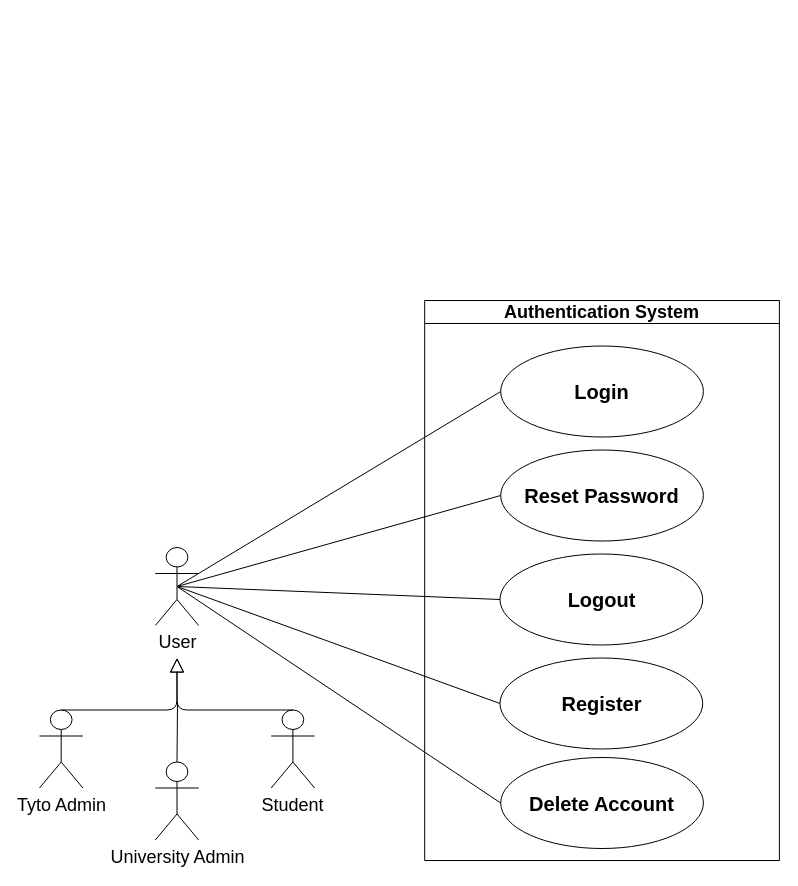
COS301-SE-2026/UMTAS keeps this draw.io diagram as page "Authentication System" (1 of 8) of docs/diagrams/requirements/Requirements.drawio. Above is the earlier version. Source tidied: cells renumbered, new cells numbered last; positions are measured from the earlier drawing's top-left corner, leaving out a move shared by most shapes. Both pictures are drawn from the tidied source at 100%, with x=0, y=0 at pixel (29, 300).
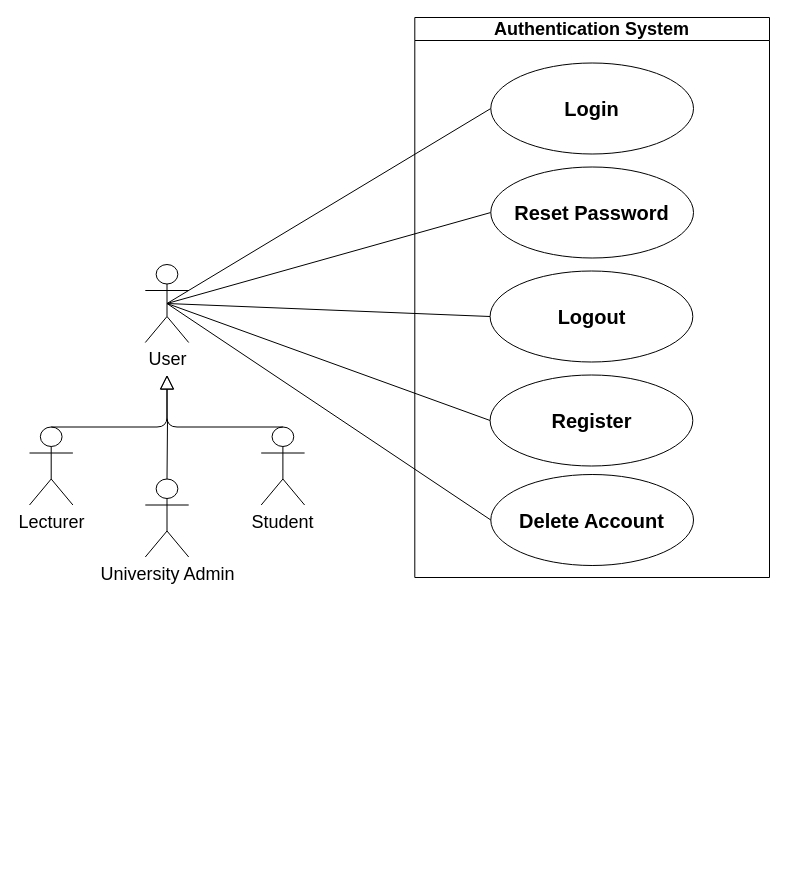
Above is the later version.

Diff of the diagram source:
```diff
@@
-    <mxCell id="2" style="group;" parent="1" vertex="1">
-      <mxGeometry width="750" height="560" as="geometry" />
-    </mxCell>
-    <mxCell id="3" style="group;" parent="2" vertex="1">
-      <mxGeometry width="750" height="560" as="geometry" />
-    </mxCell>
-    <mxCell id="4" style="group;" parent="3" vertex="1">
-      <mxGeometry x="10" y="247" width="275.1" height="292.5" as="geometry" />
-    </mxCell>
+    <mxCell id="25" style="group;" parent="1" vertex="1">
+      <mxGeometry y="-283" width="740" height="560" as="geometry" />
+    </mxCell>
+    <mxCell id="24" style="endArrow=none;html=1;exitX=0.5;exitY=0;exitDx=0;exitDy=0;exitPerimeter=0;" parent="25" edge="1" source="8">
+      <mxGeometry relative="1" as="geometry">
+        <mxPoint x="138" y="402.1" as="targetPoint" />
+      </mxGeometry>
+    </mxCell>
+    <mxCell id="19" style="endArrow=none;html=1;exitX=0.5;exitY=0.5;exitDx=0;exitDy=0;exitPerimeter=0;entryX=0;entryY=0.5;entryDx=0;entryDy=0;" parent="25" edge="1" source="5" target="14">
+      <mxGeometry relative="1" as="geometry" />
+    </mxCell>
+    <mxCell id="20" style="endArrow=none;html=1;exitX=0.5;exitY=0.5;exitDx=0;exitDy=0;exitPerimeter=0;entryX=0;entryY=0.5;entryDx=0;entryDy=0;" parent="25" edge="1" source="5" target="15">
+      <mxGeometry relative="1" as="geometry" />
+    </mxCell>
+    <mxCell id="21" style="endArrow=none;html=1;entryX=0.5;entryY=0.5;entryDx=0;entryDy=0;entryPerimeter=0;exitX=0;exitY=0.5;exitDx=0;exitDy=0;" parent="25" edge="1" source="16" target="5">
+      <mxGeometry relative="1" as="geometry" />
+    </mxCell>
+    <mxCell id="22" style="endArrow=none;html=1;exitX=0.5;exitY=0.5;exitDx=0;exitDy=0;exitPerimeter=0;entryX=0;entryY=0.5;entryDx=0;entryDy=0;" parent="25" edge="1" source="5" target="17">
+      <mxGeometry relative="1" as="geometry" />
+    </mxCell>
+    <mxCell id="23" style="endArrow=none;html=1;exitX=0.5;exitY=0.5;exitDx=0;exitDy=0;exitPerimeter=0;entryX=0;entryY=0.5;entryDx=0;entryDy=0;" parent="25" edge="1" source="5" target="18">
+      <mxGeometry relative="1" as="geometry" />
+    </mxCell>
-    <mxCell id="5" value="&lt;font style=&quot;font-size: 18px;&quot;&gt;User&lt;/font&gt;" style="shape=umlActor;verticalLabelPosition=bottom;verticalAlign=top;html=1;outlineConnect=0;" parent="4" vertex="1">
-      <mxGeometry x="115.8" width="43.4" height="78" as="geometry" />
+    <mxCell id="5" value="&lt;font style=&quot;font-size: 18px;&quot;&gt;User&lt;/font&gt;" style="shape=umlActor;verticalLabelPosition=bottom;verticalAlign=top;html=1;outlineConnect=0;" parent="25" vertex="1">
+      <mxGeometry x="115.8" y="247" width="43.4" height="78" as="geometry" />
     </mxCell>
-    <mxCell id="6" style="group;" parent="4" vertex="1">
-      <mxGeometry y="110.5" width="275.1" height="182" as="geometry" />
-    </mxCell>
-    <mxCell id="7" value="&lt;font style=&quot;font-size: 18px;&quot;&gt;Tyto Admin&lt;/font&gt;" style="shape=umlActor;verticalLabelPosition=bottom;verticalAlign=top;html=1;outlineConnect=0;" parent="6" vertex="1">
-      <mxGeometry y="52" width="43.4" height="78" as="geometry" />
+    <mxCell id="7" value="&lt;font style=&quot;font-size: 18px;&quot;&gt;Lecturer&lt;/font&gt;" style="shape=umlActor;verticalLabelPosition=bottom;verticalAlign=top;html=1;outlineConnect=0;" parent="25" vertex="1">
+      <mxGeometry y="409.5" width="43.4" height="78" as="geometry" />
     </mxCell>
-    <mxCell id="8" value="&lt;font style=&quot;font-size: 18px;&quot;&gt;University Admin&lt;/font&gt;" style="shape=umlActor;verticalLabelPosition=bottom;verticalAlign=top;html=1;outlineConnect=0;" parent="6" vertex="1">
-      <mxGeometry x="115.8" y="104" width="43.4" height="78" as="geometry" />
+    <mxCell id="8" value="&lt;font style=&quot;font-size: 18px;&quot;&gt;University Admin&lt;/font&gt;" style="shape=umlActor;verticalLabelPosition=bottom;verticalAlign=top;html=1;outlineConnect=0;" parent="25" vertex="1">
+      <mxGeometry x="115.8" y="461.5" width="43.4" height="78" as="geometry" />
     </mxCell>
-    <mxCell id="9" value="&lt;font style=&quot;font-size: 18px;&quot;&gt;Student&lt;/font&gt;" style="shape=umlActor;verticalLabelPosition=bottom;verticalAlign=top;html=1;outlineConnect=0;" parent="6" vertex="1">
-      <mxGeometry x="231.7" y="52" width="43.4" height="78" as="geometry" />
+    <mxCell id="9" value="&lt;font style=&quot;font-size: 18px;&quot;&gt;Student&lt;/font&gt;" style="shape=umlActor;verticalLabelPosition=bottom;verticalAlign=top;html=1;outlineConnect=0;" parent="25" vertex="1">
+      <mxGeometry x="231.7" y="409.5" width="43.4" height="78" as="geometry" />
     </mxCell>
-    <mxCell id="10" style="edgeStyle=none;html=1;endSize=12;endArrow=block;endFill=0;exitX=0.5;exitY=0;exitDx=0;exitDy=0;exitPerimeter=0;" parent="6" edge="1" source="7">
+    <mxCell id="10" style="edgeStyle=none;html=1;endSize=12;endArrow=block;endFill=0;exitX=0.5;exitY=0;exitDx=0;exitDy=0;exitPerimeter=0;" parent="25" edge="1" source="7">
       <mxGeometry relative="1" as="geometry">
-        <mxPoint x="137.5" as="targetPoint" />
+        <mxPoint x="137.5" y="357.5" as="targetPoint" />
         <Array as="points">
-          <mxPoint x="137.5" y="52" />
+          <mxPoint x="137.5" y="409.5" />
         </Array>
       </mxGeometry>
     </mxCell>
-    <mxCell id="11" style="edgeStyle=none;html=1;endSize=12;endArrow=block;endFill=0;exitX=0.5;exitY=0;exitDx=0;exitDy=0;exitPerimeter=0;" parent="6" edge="1" source="9">
+    <mxCell id="11" style="edgeStyle=none;html=1;endSize=12;endArrow=block;endFill=0;exitX=0.5;exitY=0;exitDx=0;exitDy=0;exitPerimeter=0;" parent="25" edge="1" source="9">
       <mxGeometry relative="1" as="geometry">
-        <mxPoint x="137.5" as="targetPoint" />
+        <mxPoint x="137.5" y="357.5" as="targetPoint" />
         <Array as="points">
-          <mxPoint x="137.5" y="52" />
+          <mxPoint x="137.5" y="409.5" />
         </Array>
       </mxGeometry>
     </mxCell>
-    <mxCell id="12" style="group;" parent="3" vertex="1">
-      <mxGeometry x="318.5" width="431.5" height="560" as="geometry" />
-    </mxCell>
-    <mxCell id="13" value="&lt;font style=&quot;font-size: 18px;&quot;&gt;Authentication System&lt;/font&gt;" style="swimlane;whiteSpace=wrap;html=1;" parent="12" vertex="1">
-      <mxGeometry x="76.7" width="354.7" height="560" as="geometry" />
+    <mxCell id="13" value="&lt;font style=&quot;font-size: 18px;&quot;&gt;Authentication System&lt;/font&gt;" style="swimlane;whiteSpace=wrap;html=1;" parent="25" vertex="1">
+      <mxGeometry x="385.3" width="354.7" height="560" as="geometry" />
     </mxCell>
-    <mxCell id="14" value="&lt;font style=&quot;font-size: 20px;&quot;&gt;&lt;b&gt;Logout&lt;/b&gt;&lt;/font&gt;" style="ellipse;whiteSpace=wrap;html=1;" parent="13" vertex="1">
-      <mxGeometry x="75.3" y="253.5" width="202.7" height="91" as="geometry" />
+    <mxCell id="14" value="&lt;font style=&quot;font-size: 20px;&quot;&gt;&lt;b&gt;Logout&lt;/b&gt;&lt;/font&gt;" style="ellipse;whiteSpace=wrap;html=1;" parent="25" vertex="1">
+      <mxGeometry x="460.6" y="253.5" width="202.7" height="91" as="geometry" />
     </mxCell>
-    <mxCell id="15" value="&lt;font style=&quot;font-size: 20px;&quot;&gt;&lt;b&gt;Login&lt;/b&gt;&lt;/font&gt;" style="ellipse;whiteSpace=wrap;html=1;" parent="13" vertex="1">
-      <mxGeometry x="76" y="45.5" width="202.7" height="91" as="geometry" />
+    <mxCell id="15" value="&lt;font style=&quot;font-size: 20px;&quot;&gt;&lt;b&gt;Login&lt;/b&gt;&lt;/font&gt;" style="ellipse;whiteSpace=wrap;html=1;" parent="25" vertex="1">
+      <mxGeometry x="461.3" y="45.5" width="202.7" height="91" as="geometry" />
     </mxCell>
-    <mxCell id="16" value="&lt;font style=&quot;font-size: 20px;&quot;&gt;&lt;b&gt;Reset Password&lt;/b&gt;&lt;/font&gt;" style="ellipse;whiteSpace=wrap;html=1;" parent="13" vertex="1">
-      <mxGeometry x="76" y="149.5" width="202.7" height="91" as="geometry" />
+    <mxCell id="16" value="&lt;font style=&quot;font-size: 20px;&quot;&gt;&lt;b&gt;Reset Password&lt;/b&gt;&lt;/font&gt;" style="ellipse;whiteSpace=wrap;html=1;" parent="25" vertex="1">
+      <mxGeometry x="461.3" y="149.5" width="202.7" height="91" as="geometry" />
     </mxCell>
-    <mxCell id="17" value="&lt;font style=&quot;font-size: 20px;&quot;&gt;&lt;b&gt;Register&lt;/b&gt;&lt;/font&gt;" style="ellipse;whiteSpace=wrap;html=1;" parent="13" vertex="1">
-      <mxGeometry x="75.3" y="357.5" width="202.7" height="91" as="geometry" />
+    <mxCell id="17" value="&lt;font style=&quot;font-size: 20px;&quot;&gt;&lt;b&gt;Register&lt;/b&gt;&lt;/font&gt;" style="ellipse;whiteSpace=wrap;html=1;" parent="25" vertex="1">
+      <mxGeometry x="460.6" y="357.5" width="202.7" height="91" as="geometry" />
     </mxCell>
-    <mxCell id="18" value="&lt;font style=&quot;font-size: 20px;&quot;&gt;&lt;b&gt;Delete Account&lt;/b&gt;&lt;/font&gt;" style="ellipse;whiteSpace=wrap;html=1;" parent="13" vertex="1">
-      <mxGeometry x="76" y="457" width="202.7" height="91" as="geometry" />
+    <mxCell id="18" value="&lt;font style=&quot;font-size: 20px;&quot;&gt;&lt;b&gt;Delete Account&lt;/b&gt;&lt;/font&gt;" style="ellipse;whiteSpace=wrap;html=1;" parent="25" vertex="1">
+      <mxGeometry x="461.3" y="457" width="202.7" height="91" as="geometry" />
     </mxCell>
-    <mxCell id="19" style="endArrow=none;html=1;exitX=0.5;exitY=0.5;exitDx=0;exitDy=0;exitPerimeter=0;entryX=0;entryY=0.5;entryDx=0;entryDy=0;" parent="3" edge="1" source="5" target="14">
-      <mxGeometry relative="1" as="geometry" />
-    </mxCell>
-    <mxCell id="20" style="endArrow=none;html=1;exitX=0.5;exitY=0.5;exitDx=0;exitDy=0;exitPerimeter=0;entryX=0;entryY=0.5;entryDx=0;entryDy=0;" parent="3" edge="1" source="5" target="15">
-      <mxGeometry relative="1" as="geometry" />
-    </mxCell>
-    <mxCell id="21" style="endArrow=none;html=1;entryX=0.5;entryY=0.5;entryDx=0;entryDy=0;entryPerimeter=0;exitX=0;exitY=0.5;exitDx=0;exitDy=0;" parent="3" edge="1" source="16" target="5">
-      <mxGeometry relative="1" as="geometry" />
-    </mxCell>
-    <mxCell id="22" style="endArrow=none;html=1;exitX=0.5;exitY=0.5;exitDx=0;exitDy=0;exitPerimeter=0;entryX=0;entryY=0.5;entryDx=0;entryDy=0;" parent="3" edge="1" source="5" target="17">
-      <mxGeometry relative="1" as="geometry" />
-    </mxCell>
-    <mxCell id="23" style="endArrow=none;html=1;exitX=0.5;exitY=0.5;exitDx=0;exitDy=0;exitPerimeter=0;entryX=0;entryY=0.5;entryDx=0;entryDy=0;" parent="3" edge="1" source="5" target="18">
-      <mxGeometry relative="1" as="geometry" />
-    </mxCell>
-    <mxCell id="24" style="endArrow=none;html=1;exitX=0.5;exitY=0;exitDx=0;exitDy=0;exitPerimeter=0;" parent="2" edge="1" source="8">
-      <mxGeometry relative="1" as="geometry">
-        <mxPoint x="148" y="402.1" as="targetPoint" />
-      </mxGeometry>
-    </mxCell>
```
